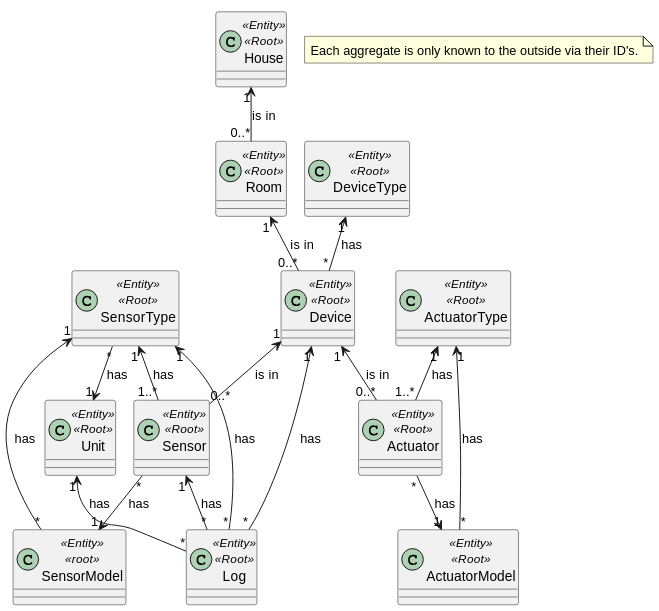
olivDiogo/SmartHome keeps this PlantUML diagram as docs/ooa/2.domainEntitiesDiagram/domainEntities_v2.svg. Above is the earlier version.
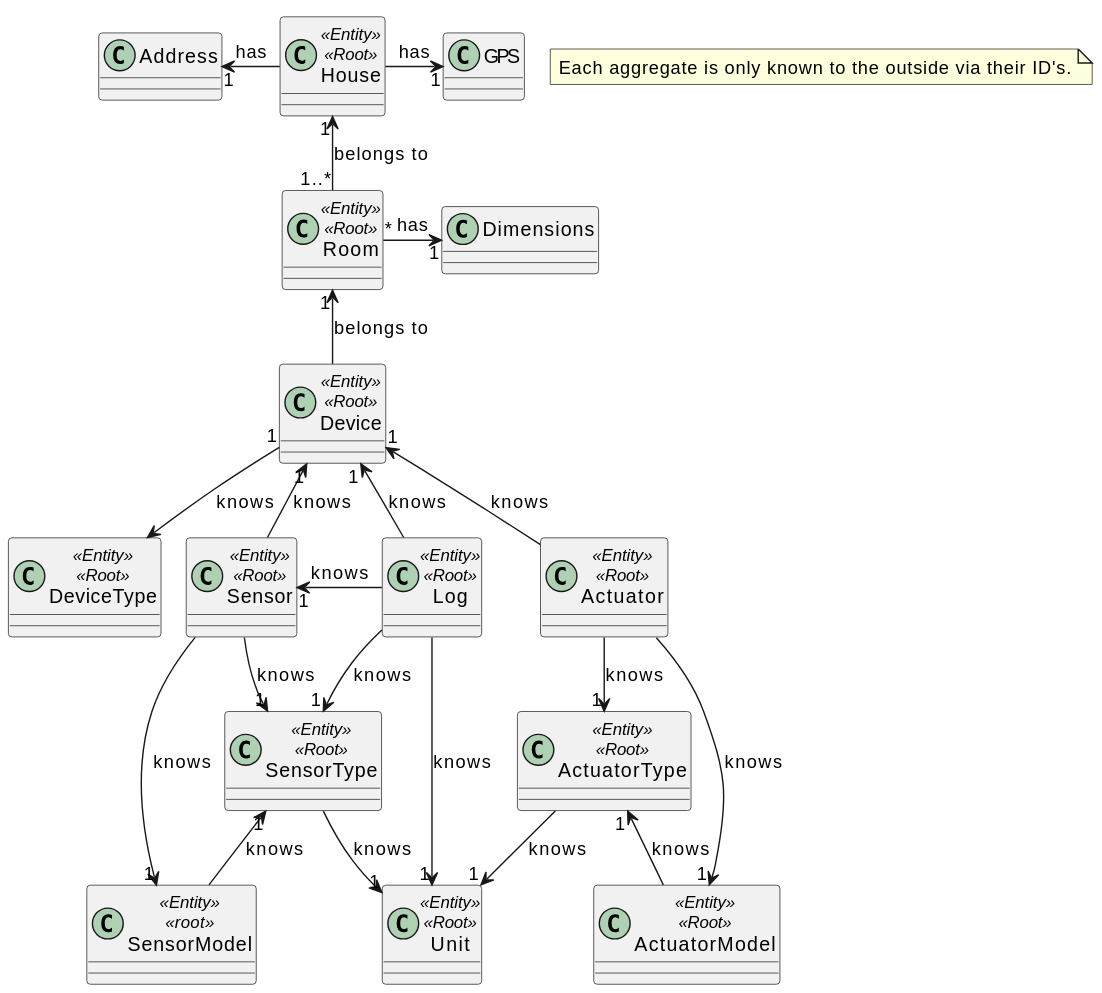
After the change.

Commit message:
closes #537 fix: update domain diagrams

Change to the diagram source:
```diff
@@ -19,20 +19,26 @@
 
 
 
-House "1" <-- "0..*" Room : is in >
-Room "1" <-- "0..*" Device : is in >
-DeviceType "1" <-- "*" Device : has >
-Device "1" <-- "0..*" Sensor : is in >
-Device "1" <-- "0..*" Actuator : is in >
-SensorType "1" <-- "1..*" Sensor : has >
-SensorType "*" --> "1" Unit : has >
-Sensor "*" --> "1" SensorModel : has >
-SensorType "1" <-- "*" SensorModel : has >
-ActuatorType "1" <-- "1..*" Actuator : has >
-ActuatorType "1" <-- "*" ActuatorModel : has  >
-Actuator "*" --> "1" ActuatorModel : has >
-Device "1" <-- "*" Log : has >
-Sensor "1" <-- "*" Log : has >
-Unit "1" <-- "*" Log : has >
-SensorType "1" <-- "*" Log : has >
+House -left-> "1" Address : has
+House -right-> "1" GPS : has
+House "1" <-- "1..*" Room : belongs to
+Room "1" <-- Device : belongs to
+Room "*" -right-> "1" Dimensions : has
+Device "1" <-- Sensor : knows
+Device "1" <-- Actuator : knows
+Device "1" --> DeviceType : knows
+Sensor --> "1" SensorType : knows
+
+Actuator --> "1" ActuatorType : knows
+SensorType "1" <-- SensorModel: knows
+SensorType --> "1" Unit: knows
+ActuatorType "1" <-- ActuatorModel: knows
+ActuatorType --> "1" Unit: knows
+Sensor --> "1" SensorModel : knows
+Actuator --> "1" ActuatorModel : knows
+
+Log -up-> "1" Device : knows
+Log -left-> "1" Sensor : knows
+Log --> "1" SensorType : knows
+Log --> "1" Unit : knows
 @enduml
```
